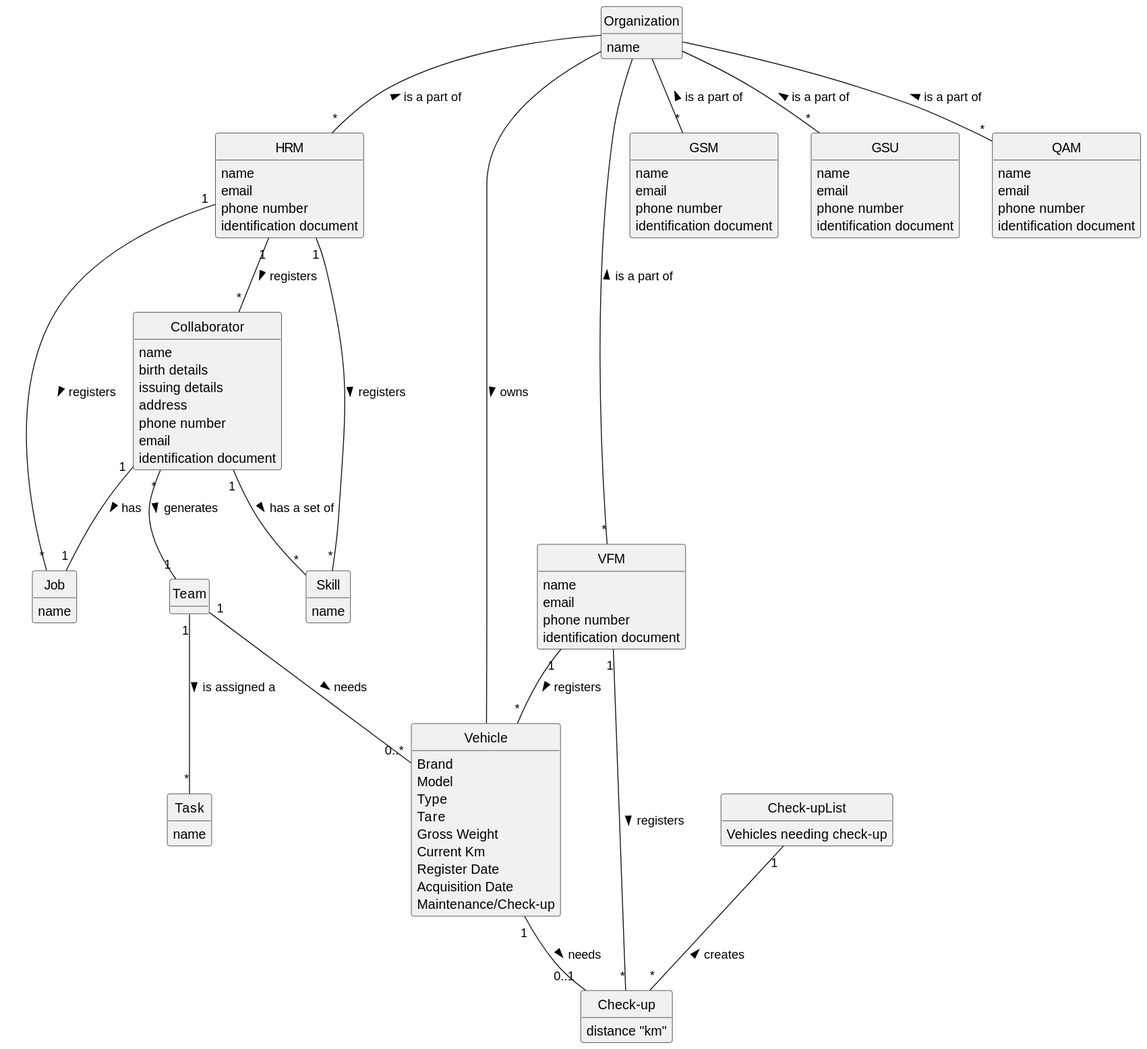
Above: docs/sprintC/global-artifacts/02.analysis/svg/project-domain-model.svg in Departamento-de-Engenharia-Informatica/lei-24-s2-1dl-g121 (PlantUML), before the change. Its diagram source:
```plantuml
@startuml
skinparam monochrome true
skinparam packageStyle rectangle
skinparam shadowing false
skinparam classAttributeIconSize 0
hide circle
hide methods


class Organization{
    name
}

class HRM{
    name
    email
    phone number
    identification document
}

class VFM{
    name
    email
    phone number
    identification document
}

class GSM{
    name
    email
    phone number
    identification document
}

class GSU{
    name
    email
    phone number
    identification document
}

class QAM{
    name
    email
    phone number
    identification document
}

class Skill{
    name
}

class Job{
    name
}

class Collaborator{
    name
    birth details
    issuing details
    address
    phone number
    email
    identification document
}

class Team

class Task{
    name
}

class Vehicle{
    Brand
    Model
    Type
    Tare
    Gross Weight
    Current Km
    Register Date
    Acquisition Date
    Maintenance/Check-up
}

class Check-up{
    distance "km"
}

class Check-upList{
    Vehicles needing check-up
}


Organization -- "*" HRM : is a part of <
Organization -- "*" VFM : is a part of <
Organization -- "*" GSM : is a part of <
Organization -- "*" GSU : is a part of <
Organization -- "*" QAM : is a part of <
Organization -- Vehicle : owns >
HRM "1" -- "*" Skill : registers >
HRM "1" -- "*" Job : registers >
HRM "1" -- "*" Collaborator : registers >
Collaborator "1" -- "*" Skill : has a set of >
Collaborator "1" -- "1" Job : has >
Collaborator "*" -- "1" Team : generates >
Team "1" -- "*" Task : is assigned a >
VFM "1" -- "*" Vehicle : registers >
VFM "1" -- "*" "Check-up" : registers >
Vehicle "1" -- "0..1" "Check-up" : needs >
Team "1" -- "0..*" Vehicle : needs >
"Check-upList" "1" -- "*" "Check-up" :  creates <




@enduml
```
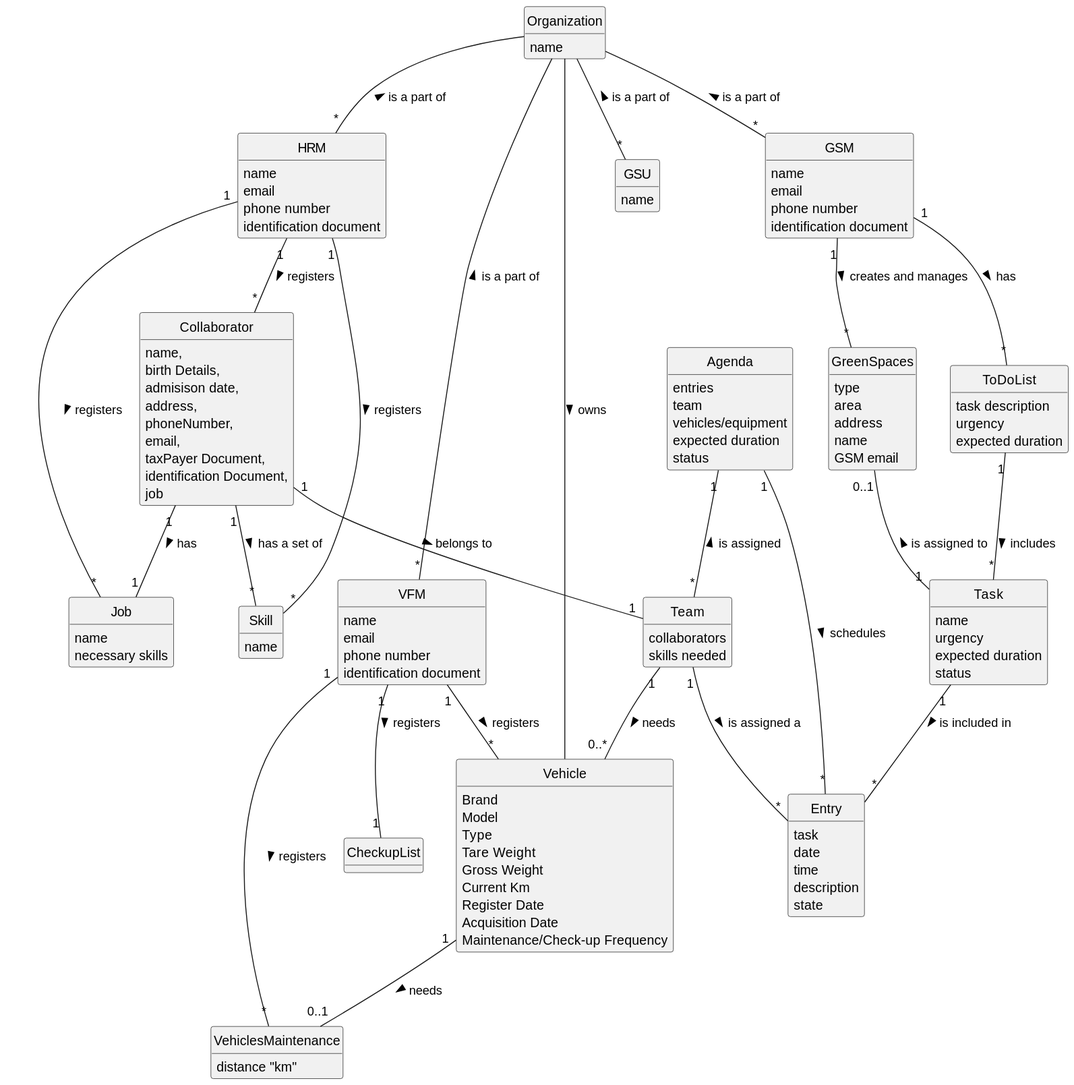
Later version of the same file.

Commit message:
domain model

Diff of the diagram source:
```diff
@@ -34,17 +34,8 @@
 
 class GSU{
     name
-    email
-    phone number
-    identification document
 }
 
-class QAM{
-    name
-    email
-    phone number
-    identification document
-}
 
 class Skill{
     name
@@ -52,65 +43,102 @@
 
 class Job{
     name
+    necessary skills
 }
 
 class Collaborator{
-    name
-    birth details
-    issuing details
-    address
-    phone number
-    email
-    identification document
+    name,
+    birth Details,
+    admisison date,
+    address,
+    phoneNumber,
+    email,
+    taxPayer Document,
+    identification Document,
+    job
 }
 
-class Team
+class Team{
+collaborators
+skills needed
+}
+
+class GreenSpaces {
+type
+area
+address
+name
+ GSM email
+}
 
 class Task{
     name
+    urgency
+    expected duration
+    status
 }
 
 class Vehicle{
     Brand
     Model
     Type
-    Tare
+    Tare Weight
     Gross Weight
     Current Km
     Register Date
     Acquisition Date
-    Maintenance/Check-up
+    Maintenance/Check-up Frequency
 }
 
-class Check-up{
+class VehiclesMaintenance{
     distance "km"
 }
 
-class Check-upList{
-    Vehicles needing check-up
+
+class ToDoList{
+    task description
+    urgency
+    expected duration
 }
 
+class Agenda{
+    entries
+    team
+    vehicles/equipment
+    expected duration
+    status
+}
+
+class Entry{
+    task
+    date
+    time
+    description
+    state
+}
 
 Organization -- "*" HRM : is a part of <
 Organization -- "*" VFM : is a part of <
 Organization -- "*" GSM : is a part of <
 Organization -- "*" GSU : is a part of <
-Organization -- "*" QAM : is a part of <
 Organization -- Vehicle : owns >
 HRM "1" -- "*" Skill : registers >
 HRM "1" -- "*" Job : registers >
 HRM "1" -- "*" Collaborator : registers >
 Collaborator "1" -- "*" Skill : has a set of >
 Collaborator "1" -- "1" Job : has >
-Collaborator "*" -- "1" Team : generates >
-Team "1" -- "*" Task : is assigned a >
+Collaborator "1" -- "1" Team : belongs to >
+GreenSpaces "0..1" -- "1" Task : is assigned to <
+Task "1" -- "*" Entry : is included in >
+Team "1" -- "*" Entry : is assigned a >
 VFM "1" -- "*" Vehicle : registers >
-VFM "1" -- "*" "Check-up" : registers >
-Vehicle "1" -- "0..1" "Check-up" : needs >
+VFM "1" -- "*" "VehiclesMaintenance" : registers >
+Vehicle "1" -- "0..1" "VehiclesMaintenance" : needs >
+VFM "1" -- "1" CheckupList : registers >
 Team "1" -- "0..*" Vehicle : needs >
-"Check-upList" "1" -- "*" "Check-up" :  creates <
-
-
-
-
+GSM "1" -- "*" ToDoList : has >
+GSM "1" -- "*" GreenSpaces : creates and manages >
+ToDoList "1" -- "*" Task : includes >
+Agenda "1" -- "*" Entry : schedules >
+Agenda "1" -- "*" Team : is assigned <
 @enduml
```
